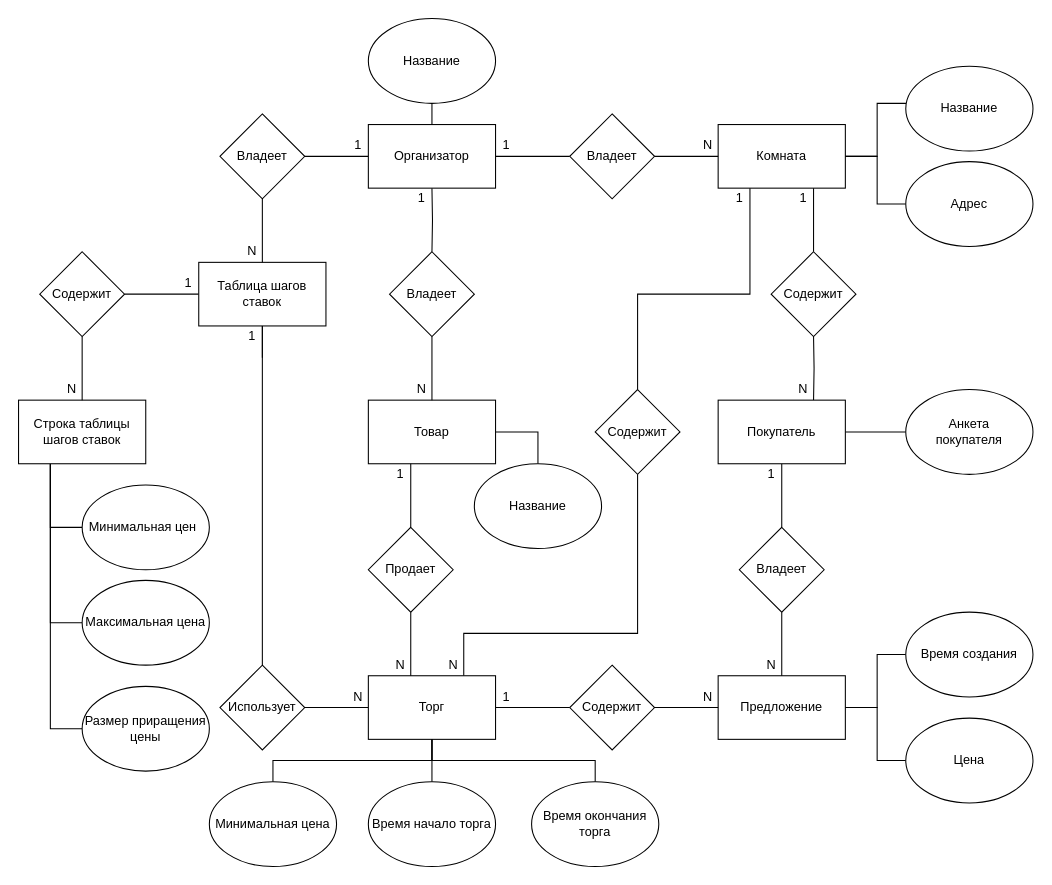
maxhha/iu7-2022-sd-labs keeps this draw.io diagram as docs/er-system.drawio. Above is the earlier version. Source tidied: cells renumbered, new cells numbered last; positions are measured from the earlier drawing's top-left corner, leaving out a move shared by most shapes. Both pictures are drawn from the tidied source at 106%, with x=0, y=0 at pixel (18, 18).
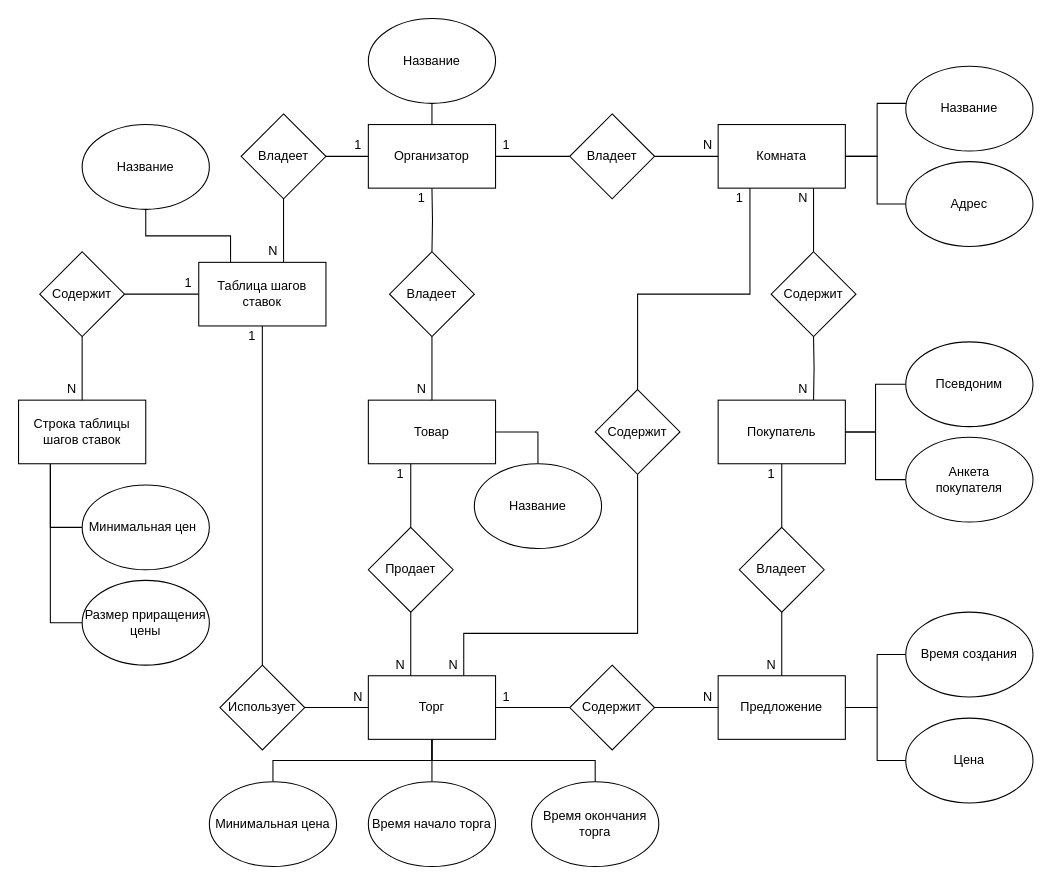
After the change.

The change refers to these unchanged cells:
```xml
<mxCell id="29" value="Покупатель" style="rounded=0;whiteSpace=wrap;html=1;" parent="1" vertex="1">
  <mxGeometry x="660" y="360" width="120" height="60" as="geometry" />
</mxCell>
<mxCell id="50" value="Таблица шагов ставок" style="rounded=0;whiteSpace=wrap;html=1;" parent="1" vertex="1">
  <mxGeometry x="170" y="230" width="120" height="60" as="geometry" />
</mxCell>
<mxCell id="57" value="Строка таблицы шагов ставок" style="rounded=0;whiteSpace=wrap;html=1;" parent="1" vertex="1">
  <mxGeometry y="360" width="120" height="60" as="geometry" />
</mxCell>
```

Diff of the diagram source:
```diff
@@
-    <mxCell id="30" value="1" style="text;html=1;align=center;verticalAlign=middle;strokeColor=none;fillColor=none;" parent="1" vertex="1">
+    <mxCell id="30" value="N" style="text;html=1;align=center;verticalAlign=middle;strokeColor=none;fillColor=none;" parent="1" vertex="1">
       <mxGeometry x="730" y="160" width="20" height="20" as="geometry" />
     </mxCell>
@@
-    <mxCell id="47" value="Анкета&lt;br&gt;покупателя" style="ellipse;whiteSpace=wrap;html=1;" parent="1" vertex="1">
-      <mxGeometry x="837" y="350" width="120" height="80" as="geometry" />
+    <mxCell id="47" value="Псевдоним" style="ellipse;whiteSpace=wrap;html=1;" parent="1" vertex="1">
+      <mxGeometry x="837" y="305" width="120" height="80" as="geometry" />
     </mxCell>
     <mxCell id="48" style="edgeStyle=orthogonalEdgeStyle;rounded=0;jettySize=auto;html=1;endArrow=none;endFill=0;" parent="1" edge="1" source="50" target="51">
       <mxGeometry relative="1" as="geometry">
         <Array as="points">
-          <mxPoint x="230" y="320" />
-          <mxPoint x="230" y="320" />
+          <mxPoint x="250" y="220" />
+          <mxPoint x="250" y="220" />
         </Array>
       </mxGeometry>
     </mxCell>
@@
     <mxCell id="51" value="Владеет" style="rhombus;whiteSpace=wrap;html=1;" parent="1" vertex="1">
-      <mxGeometry x="190" y="90" width="80" height="80" as="geometry" />
+      <mxGeometry x="210" y="90" width="80" height="80" as="geometry" />
     </mxCell>
@@
     <mxCell id="53" value="N" style="text;html=1;align=center;verticalAlign=middle;strokeColor=none;fillColor=none;" parent="1" vertex="1">
-      <mxGeometry x="210" y="210" width="20" height="20" as="geometry" />
+      <mxGeometry x="230" y="210" width="20" height="20" as="geometry" />
     </mxCell>
@@
-    <mxCell id="55" style="edgeStyle=orthogonalEdgeStyle;rounded=0;jettySize=auto;html=1;exitX=0.25;exitY=1;exitDx=0;exitDy=0;entryX=0;entryY=0.5;entryDx=0;entryDy=0;endArrow=none;endFill=0;" parent="1" edge="1" source="57" target="63">
-      <mxGeometry relative="1" as="geometry" />
-    </mxCell>
@@
-    <mxCell id="63" value="Максимальная цена" style="ellipse;whiteSpace=wrap;html=1;" parent="1" vertex="1">
-      <mxGeometry x="60" y="530" width="120" height="80" as="geometry" />
-    </mxCell>
     <mxCell id="64" value="Размер приращения цены" style="ellipse;whiteSpace=wrap;html=1;" parent="1" vertex="1">
-      <mxGeometry x="60" y="630" width="120" height="80" as="geometry" />
+      <mxGeometry x="60" y="530" width="120" height="80" as="geometry" />
     </mxCell>
@@
+    <mxCell id="86" style="edgeStyle=orthogonalEdgeStyle;rounded=0;jettySize=auto;html=1;exitX=0;exitY=0.5;exitDx=0;exitDy=0;endArrow=none;endFill=0;" parent="1" edge="1" source="87" target="29">
+      <mxGeometry relative="1" as="geometry" />
+    </mxCell>
+    <mxCell id="87" value="Анкета&lt;br&gt;покупателя" style="ellipse;whiteSpace=wrap;html=1;" parent="1" vertex="1">
+      <mxGeometry x="837" y="395" width="120" height="80" as="geometry" />
+    </mxCell>
+    <mxCell id="88" style="edgeStyle=orthogonalEdgeStyle;rounded=0;jettySize=auto;html=1;exitX=0.5;exitY=1;exitDx=0;exitDy=0;entryX=0.25;entryY=0;entryDx=0;entryDy=0;endArrow=none;endFill=0;" parent="1" edge="1" source="89" target="50">
+      <mxGeometry relative="1" as="geometry" />
+    </mxCell>
+    <mxCell id="89" value="Название" style="ellipse;whiteSpace=wrap;html=1;" parent="1" vertex="1">
+      <mxGeometry x="60" y="100" width="120" height="80" as="geometry" />
+    </mxCell>
```
